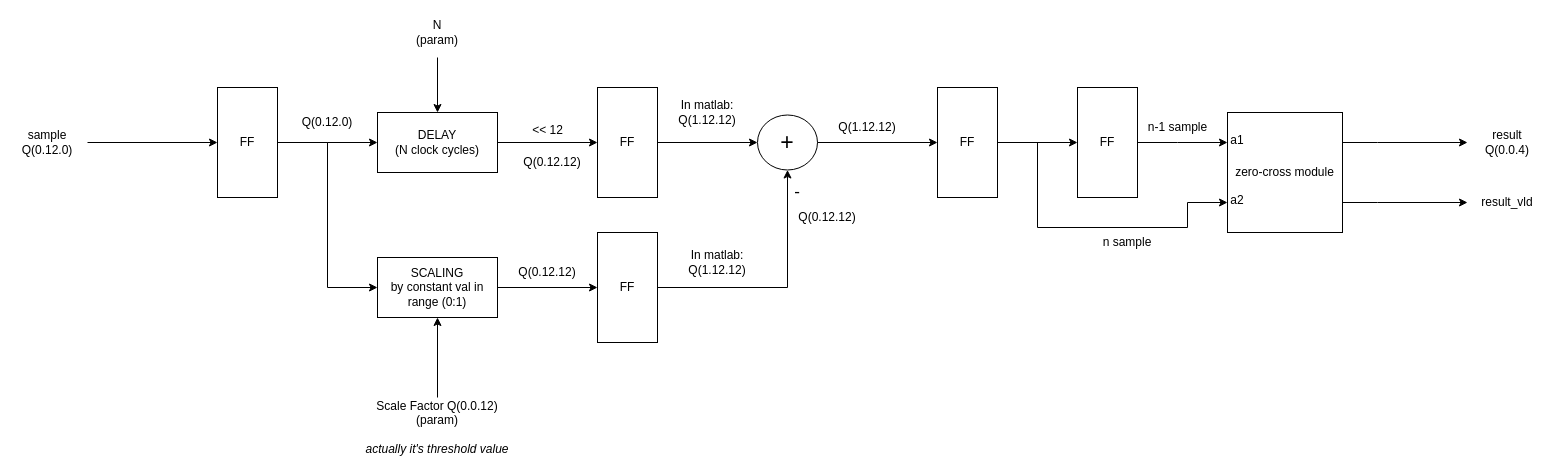
This is page "CFD_top" (1 of 3) of CFD_block_diagram.drawio from maj77/DCFD, a draw.io file, before an edit. Source tidied: cells renumbered, new cells numbered last; positions are measured from the earlier drawing's top-left corner, leaving out a move shared by most shapes. Both pictures are drawn from the tidied source at 100%, with x=0, y=0 at pixel (17, 17).
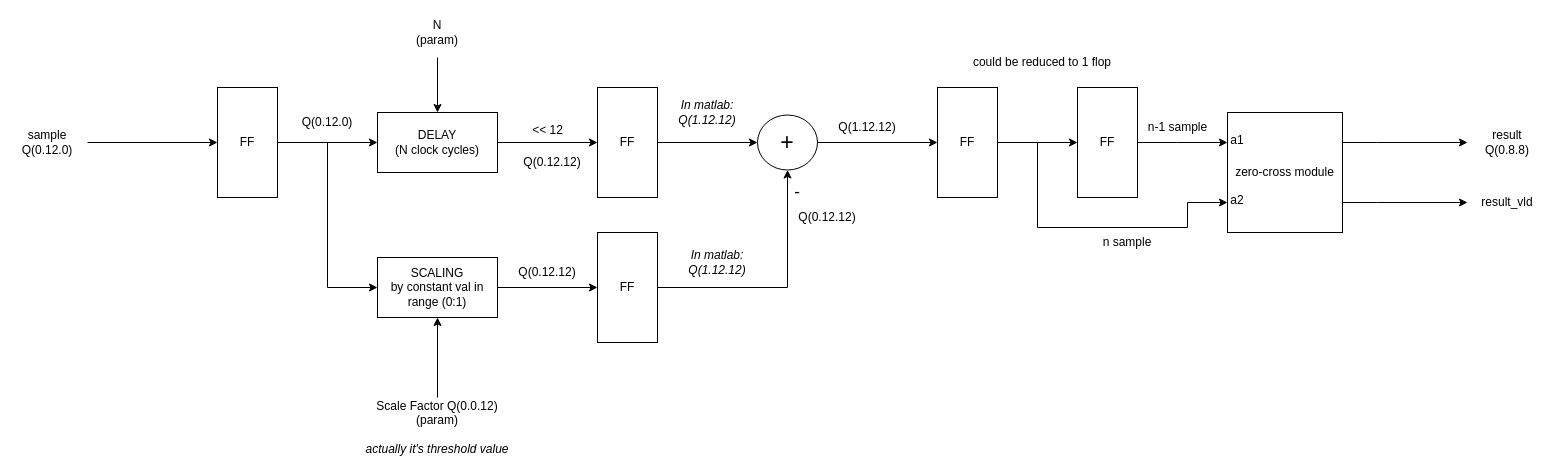
Above is the later version.

Commit message (it also covers changes not shown here):
updated block diagrams

The edit, as a diff of the source:
```diff
@@
-    <mxCell id="37" value="result Q(0.0.4)" style="text;html=1;strokeColor=none;fillColor=none;align=center;verticalAlign=middle;whiteSpace=wrap;rounded=0;" parent="1" vertex="1">
+    <mxCell id="37" value="result Q(0.8.8)" style="text;html=1;strokeColor=none;fillColor=none;align=center;verticalAlign=middle;whiteSpace=wrap;rounded=0;" parent="1" vertex="1">
       <mxGeometry x="1460" y="110" width="60" height="30" as="geometry" />
     </mxCell>
@@
-    <mxCell id="42" value="In matlab: Q(1.12.12)" style="text;html=1;strokeColor=none;fillColor=none;align=center;verticalAlign=middle;whiteSpace=wrap;rounded=0;" parent="1" vertex="1">
+    <mxCell id="42" value="&lt;i&gt;In matlab: Q(1.12.12)&lt;/i&gt;" style="text;html=1;strokeColor=none;fillColor=none;align=center;verticalAlign=middle;whiteSpace=wrap;rounded=0;" parent="1" vertex="1">
       <mxGeometry x="670" y="230" width="60" height="30" as="geometry" />
     </mxCell>
-    <mxCell id="43" value="In matlab: Q(1.12.12)" style="text;html=1;strokeColor=none;fillColor=none;align=center;verticalAlign=middle;whiteSpace=wrap;rounded=0;" parent="1" vertex="1">
+    <mxCell id="43" value="&lt;i&gt;In matlab: Q(1.12.12)&lt;/i&gt;" style="text;html=1;strokeColor=none;fillColor=none;align=center;verticalAlign=middle;whiteSpace=wrap;rounded=0;" parent="1" vertex="1">
       <mxGeometry x="660" y="80" width="60" height="30" as="geometry" />
     </mxCell>
+    <mxCell id="44" value="could be reduced to 1 flop" style="text;html=1;strokeColor=none;fillColor=none;align=center;verticalAlign=middle;whiteSpace=wrap;rounded=0;" parent="1" vertex="1">
+      <mxGeometry x="940" y="30" width="170" height="30" as="geometry" />
+    </mxCell>
```
